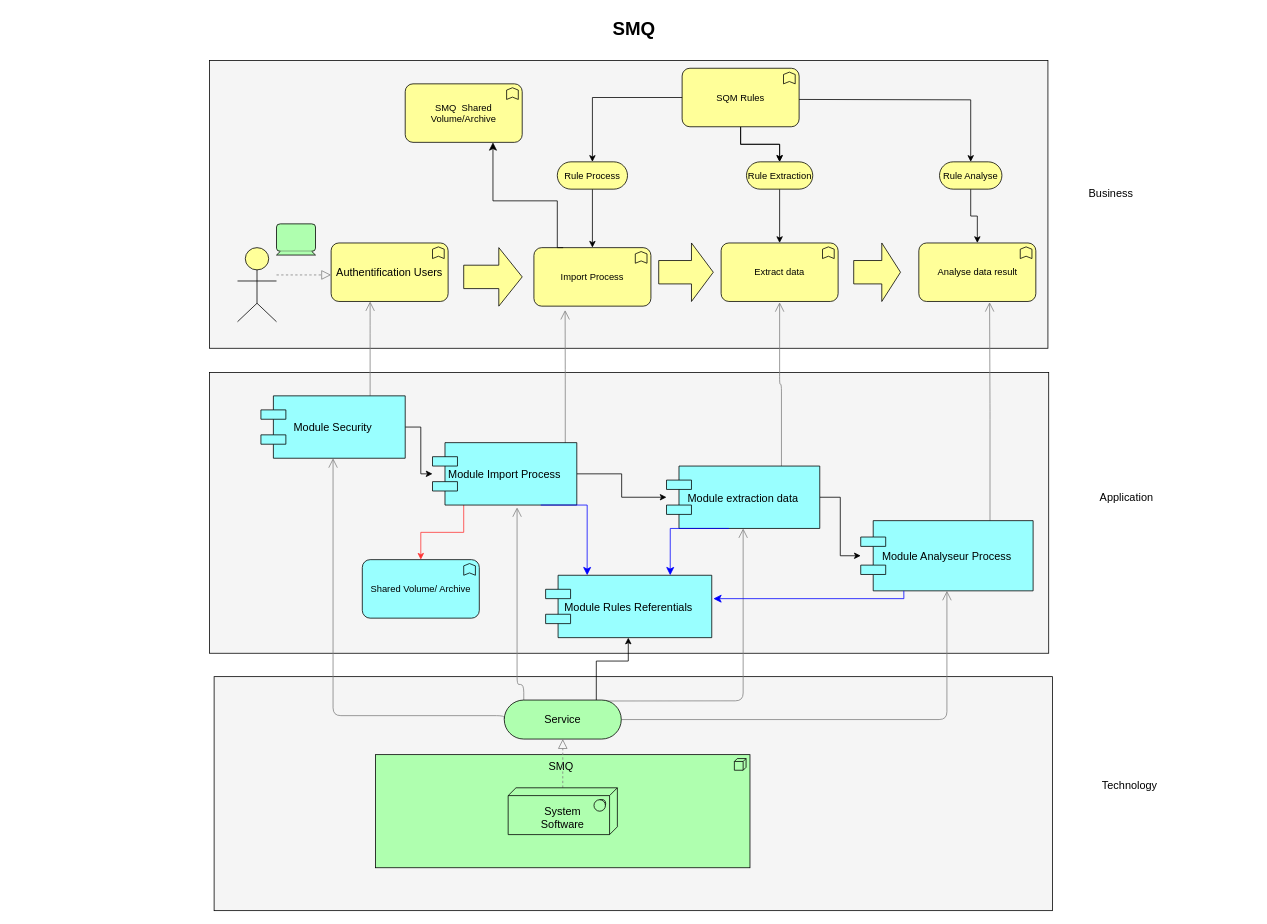
The draw.io diagram SMQ.drawio in amahmoudi/Smq2023, before the edit. Source tidied: cells renumbered, new cells numbered last; positions are measured from the earlier drawing's top-left corner, leaving out a move shared by most shapes. Both pictures are drawn from the tidied source at 78%, with x=0, y=0 at pixel (12, 13).
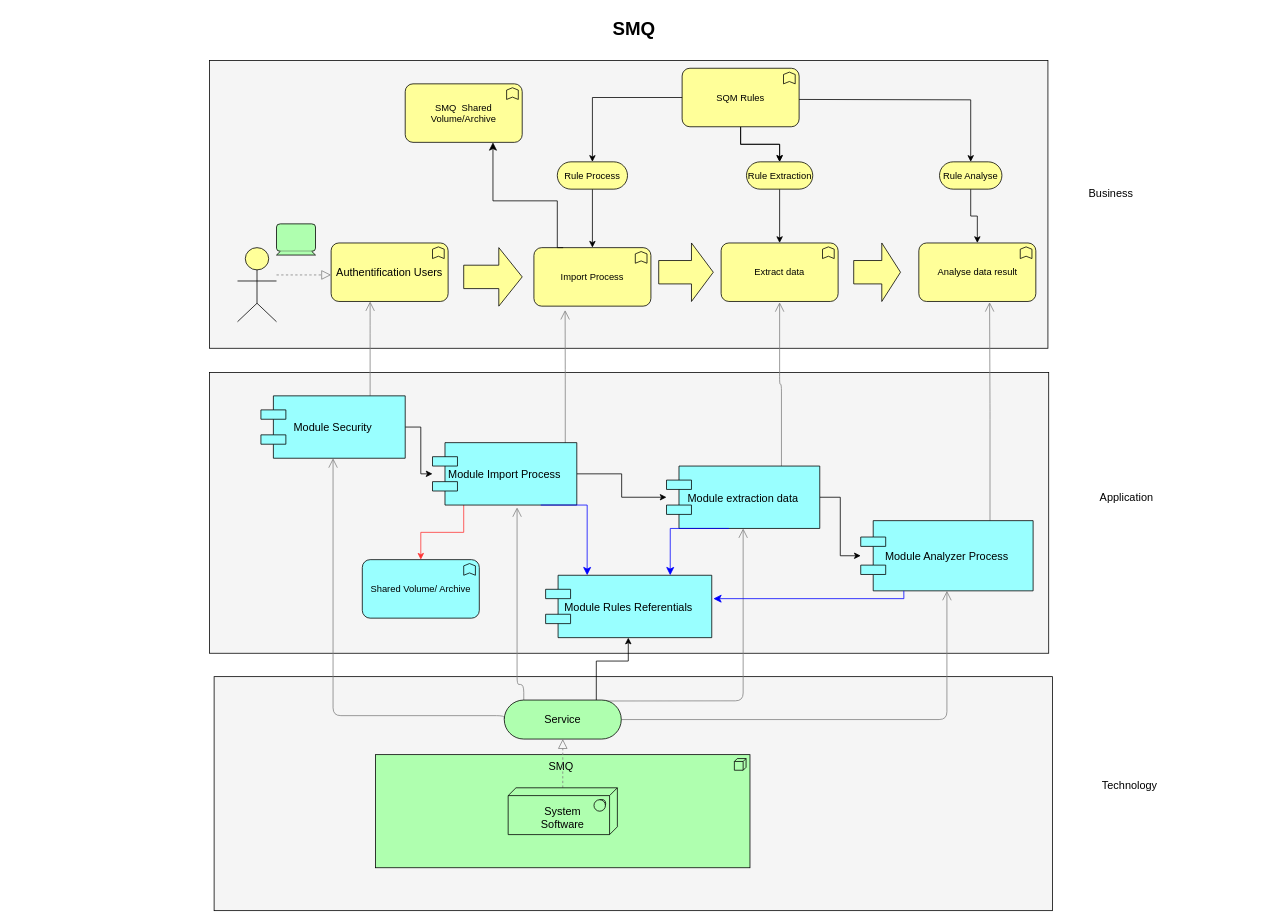
The same diagram, later.

The edit, as a diff of the source:
```diff
@@
-    <mxCell id="25" value="Module Analyseur Process" style="shape=component;align=center;fillColor=#99ffff;gradientColor=none;fontSize=14;" parent="1" vertex="1">
+    <mxCell id="25" value="Module Analyzer Process" style="shape=component;align=center;fillColor=#99ffff;gradientColor=none;fontSize=14;" parent="1" vertex="1">
       <mxGeometry x="1087" y="650" width="221" height="90" as="geometry" />
     </mxCell>
```
